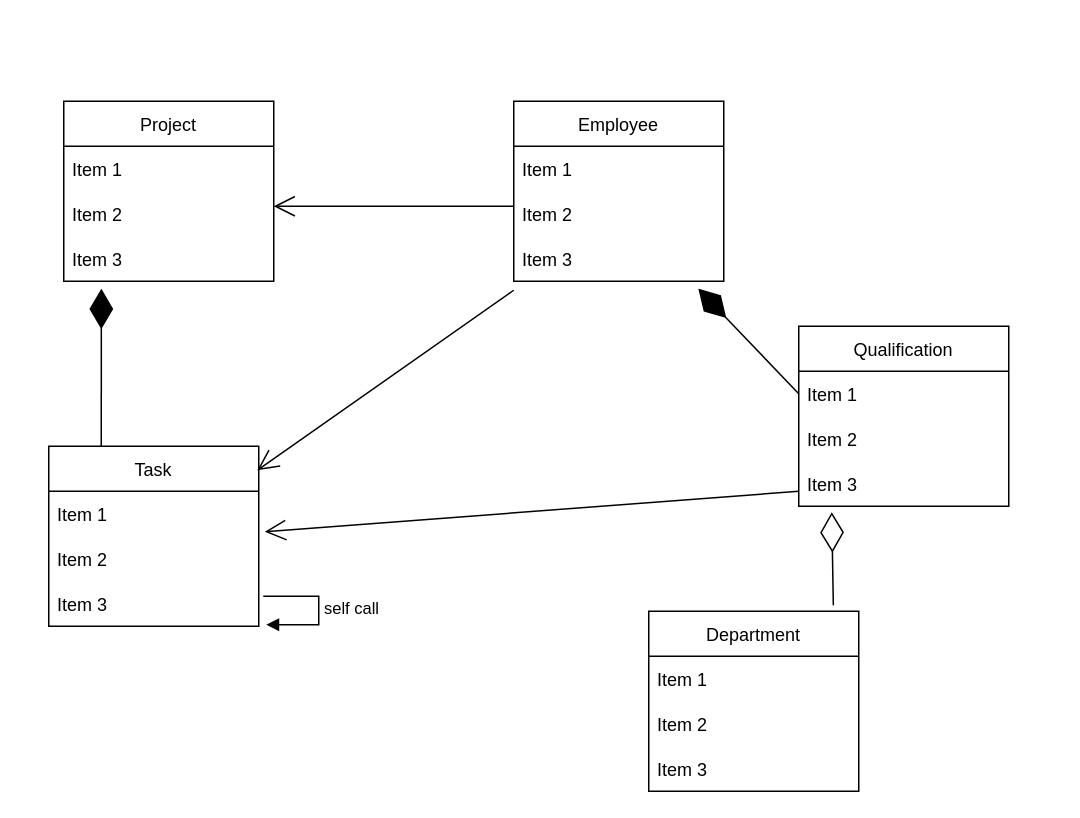
This is Employees Exercise.drawio from Ayah1510/DataModellingExercise, a draw.io file, before an edit. Source tidied: cells renumbered, new cells numbered last; positions are measured from the earlier drawing's top-left corner, leaving out a move shared by most shapes. Both pictures are drawn from the tidied source at 150%, with x=0, y=0 at pixel (48, 100).
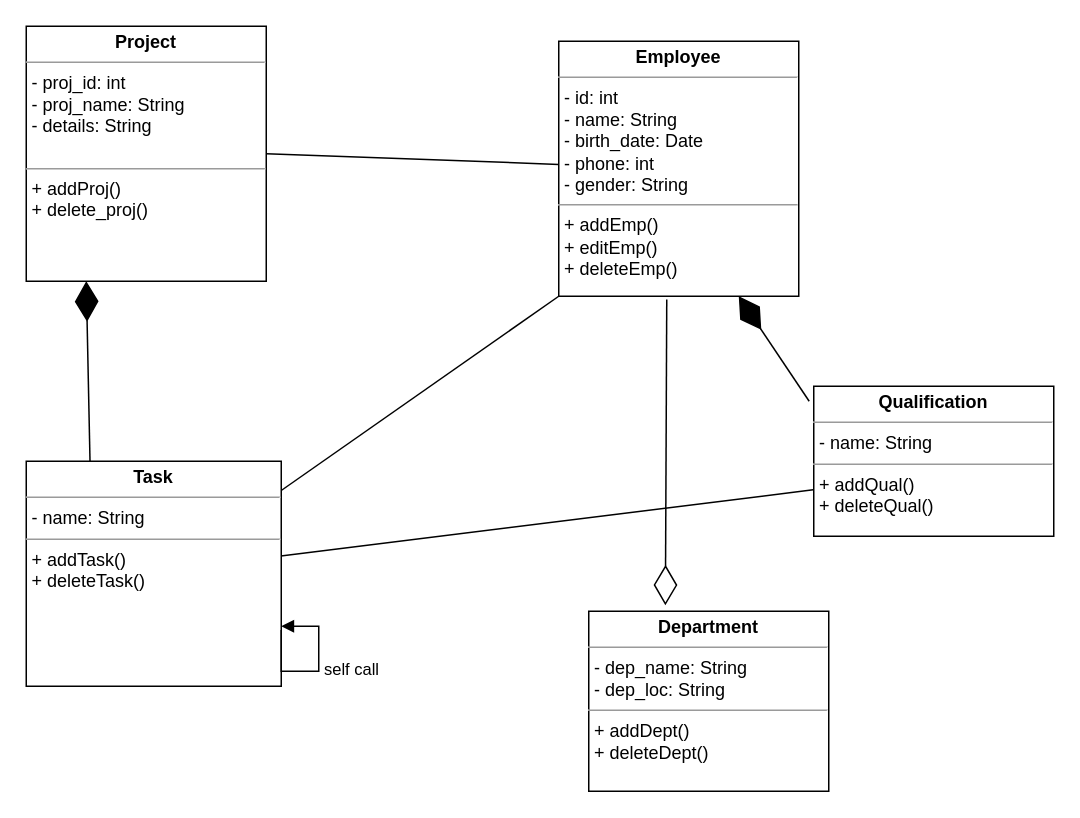
The same diagram, later.

Diff of the diagram source:
```diff
@@
-    <mxCell id="2" value="Project" style="swimlane;fontStyle=0;horizontal=1;startSize=30;" parent="1" vertex="1">
-      <mxGeometry x="10" width="140" height="120" as="geometry" />
-    </mxCell>
-    <mxCell id="3" value="Item 1" style="text;strokeColor=none;fillColor=none;align=left;verticalAlign=middle;spacingLeft=4;spacingRight=4;overflow=hidden;" parent="2" vertex="1">
-      <mxGeometry y="30" width="140" height="30" as="geometry" />
-    </mxCell>
-    <mxCell id="4" value="Item 2" style="text;strokeColor=none;fillColor=none;align=left;verticalAlign=middle;spacingLeft=4;spacingRight=4;overflow=hidden;" parent="2" vertex="1">
-      <mxGeometry y="60" width="140" height="30" as="geometry" />
-    </mxCell>
-    <mxCell id="5" value="Item 3" style="text;strokeColor=none;fillColor=none;align=left;verticalAlign=middle;spacingLeft=4;spacingRight=4;overflow=hidden;points=[[0,0.5],[1,0.5]];portConstraint=eastwest;" parent="2" vertex="1">
-      <mxGeometry y="90" width="140" height="30" as="geometry" />
-    </mxCell>
-    <mxCell id="6" value="Task" style="swimlane;fontStyle=0;horizontal=1;startSize=30;" parent="1" vertex="1">
-      <mxGeometry y="230" width="140" height="120" as="geometry" />
-    </mxCell>
-    <mxCell id="7" value="Item 1" style="text;strokeColor=none;fillColor=none;align=left;verticalAlign=middle;spacingLeft=4;spacingRight=4;overflow=hidden;" parent="6" vertex="1">
-      <mxGeometry y="30" width="140" height="30" as="geometry" />
-    </mxCell>
-    <mxCell id="8" value="Item 2" style="text;strokeColor=none;fillColor=none;align=left;verticalAlign=middle;spacingLeft=4;spacingRight=4;overflow=hidden;points=[[0,0.5],[1,0.5]];portConstraint=eastwest;" parent="6" vertex="1">
-      <mxGeometry y="60" width="140" height="30" as="geometry" />
-    </mxCell>
-    <mxCell id="9" value="Item 3" style="text;strokeColor=none;fillColor=none;align=left;verticalAlign=middle;spacingLeft=4;spacingRight=4;overflow=hidden;points=[[0,0.5],[1,0.5]];portConstraint=eastwest;" parent="6" vertex="1">
-      <mxGeometry y="90" width="140" height="30" as="geometry" />
-    </mxCell>
+    <mxCell id="23" style="endArrow=diamondThin;endFill=1;endSize=24;html=1;rounded=0;entryX=0.25;entryY=1;entryDx=0;entryDy=0;exitX=0.25;exitY=0;exitDx=0;exitDy=0;" parent="1" edge="1" source="35" target="34">
+      <mxGeometry relative="1" as="geometry" />
+    </mxCell>
+    <mxCell id="26" style="endArrow=diamondThin;endFill=1;endSize=24;html=1;rounded=0;entryX=0.75;entryY=1;entryDx=0;entryDy=0;exitX=-0.019;exitY=0.1;exitDx=0;exitDy=0;exitPerimeter=0;" parent="1" edge="1" source="37" target="33">
+      <mxGeometry relative="1" as="geometry" />
+    </mxCell>
+    <mxCell id="29" style="endArrow=none;html=1;rounded=0;exitX=1;exitY=0.5;exitDx=0;exitDy=0;" parent="1" edge="1" source="34" target="33">
+      <mxGeometry relative="1" as="geometry" />
+    </mxCell>
+    <mxCell id="30" style="endArrow=none;html=1;rounded=0;entryX=0;entryY=1;entryDx=0;entryDy=0;" parent="1" edge="1" target="33">
+      <mxGeometry relative="1" as="geometry">
+        <mxPoint x="140" y="270" as="sourcePoint" />
+      </mxGeometry>
+    </mxCell>
+    <mxCell id="31" style="endArrow=none;html=1;rounded=0;exitX=1;exitY=0.5;exitDx=0;exitDy=0;entryX=0.006;entryY=0.689;entryDx=0;entryDy=0;entryPerimeter=0;" parent="1" edge="1" target="37">
+      <mxGeometry relative="1" as="geometry">
+        <mxPoint x="140" y="305" as="sourcePoint" />
+      </mxGeometry>
+    </mxCell>
+    <mxCell id="32" style="endArrow=diamondThin;endFill=0;endSize=24;html=1;rounded=0;entryX=0.079;entryY=-0.033;entryDx=0;entryDy=0;entryPerimeter=0;exitX=0.45;exitY=1.013;exitDx=0;exitDy=0;exitPerimeter=0;" parent="1" edge="1" source="33">
+      <mxGeometry relative="1" as="geometry">
+        <mxPoint x="411.1" y="336" as="targetPoint" />
+      </mxGeometry>
+    </mxCell>
+    <mxCell id="33" value="&lt;p style=&quot;margin:0px;margin-top:4px;text-align:center;&quot;&gt;&lt;b&gt;Employee&lt;/b&gt;&lt;/p&gt;&lt;hr size=&quot;1&quot;&gt;&lt;p style=&quot;margin:0px;margin-left:4px;&quot;&gt;- id: int&lt;/p&gt;&lt;p style=&quot;margin:0px;margin-left:4px;&quot;&gt;- name: String&lt;/p&gt;&lt;p style=&quot;margin:0px;margin-left:4px;&quot;&gt;- birth_date: Date&lt;/p&gt;&lt;p style=&quot;margin:0px;margin-left:4px;&quot;&gt;- phone: int&lt;/p&gt;&lt;p style=&quot;margin:0px;margin-left:4px;&quot;&gt;- gender: String&lt;/p&gt;&lt;hr size=&quot;1&quot;&gt;&lt;p style=&quot;margin:0px;margin-left:4px;&quot;&gt;+ addEmp()&lt;/p&gt;&lt;p style=&quot;margin:0px;margin-left:4px;&quot;&gt;+ editEmp()&lt;/p&gt;&lt;p style=&quot;margin:0px;margin-left:4px;&quot;&gt;+ deleteEmp()&lt;/p&gt;&lt;p style=&quot;margin:0px;margin-left:4px;&quot;&gt;&lt;br&gt;&lt;/p&gt;" style="verticalAlign=top;align=left;overflow=fill;fontSize=12;fontFamily=Helvetica;html=1;" parent="1" vertex="1">
+      <mxGeometry x="340" y="-40" width="160" height="170" as="geometry" />
+    </mxCell>
+    <mxCell id="34" value="&lt;p style=&quot;margin:0px;margin-top:4px;text-align:center;&quot;&gt;&lt;b&gt;Project&lt;/b&gt;&lt;/p&gt;&lt;hr size=&quot;1&quot;&gt;&lt;p style=&quot;margin:0px;margin-left:4px;&quot;&gt;- proj_id: int&lt;/p&gt;&lt;p style=&quot;margin:0px;margin-left:4px;&quot;&gt;- proj_name: String&lt;/p&gt;&lt;p style=&quot;margin:0px;margin-left:4px;&quot;&gt;- details: String&lt;/p&gt;&lt;p style=&quot;margin:0px;margin-left:4px;&quot;&gt;&lt;br&gt;&lt;/p&gt;&lt;hr size=&quot;1&quot;&gt;&lt;p style=&quot;margin:0px;margin-left:4px;&quot;&gt;+ addProj()&lt;/p&gt;&lt;p style=&quot;margin:0px;margin-left:4px;&quot;&gt;+ delete_proj()&lt;/p&gt;" style="verticalAlign=top;align=left;overflow=fill;fontSize=12;fontFamily=Helvetica;html=1;" parent="1" vertex="1">
+      <mxGeometry x="-15" y="-50" width="160" height="170" as="geometry" />
+    </mxCell>
+    <mxCell id="35" value="&lt;p style=&quot;margin:0px;margin-top:4px;text-align:center;&quot;&gt;&lt;b&gt;Task&lt;/b&gt;&lt;/p&gt;&lt;hr size=&quot;1&quot;&gt;&lt;p style=&quot;margin:0px;margin-left:4px;&quot;&gt;- name: String&lt;/p&gt;&lt;hr size=&quot;1&quot;&gt;&lt;p style=&quot;margin:0px;margin-left:4px;&quot;&gt;+ addTask()&lt;/p&gt;&lt;p style=&quot;margin:0px;margin-left:4px;&quot;&gt;+ deleteTask()&lt;/p&gt;" style="verticalAlign=top;align=left;overflow=fill;fontSize=12;fontFamily=Helvetica;html=1;" parent="1" vertex="1">
+      <mxGeometry x="-15" y="240" width="170" height="150" as="geometry" />
+    </mxCell>
-    <mxCell id="10" value="self call" style="edgeStyle=orthogonalEdgeStyle;html=1;align=left;spacingLeft=2;endArrow=block;rounded=0;entryX=1.036;entryY=0.967;entryDx=0;entryDy=0;entryPerimeter=0;" parent="6" edge="1" target="9">
+    <mxCell id="10" value="self call" style="edgeStyle=orthogonalEdgeStyle;html=1;align=left;spacingLeft=2;endArrow=block;rounded=0;exitX=1;exitY=0.75;exitDx=0;exitDy=0;" parent="1" edge="1" source="35" target="35">
       <mxGeometry relative="1" as="geometry">
-        <mxPoint x="143" y="100" as="sourcePoint" />
         <Array as="points">
-          <mxPoint x="180" y="100" />
-          <mxPoint x="180" y="119" />
+          <mxPoint x="155" y="380" />
+          <mxPoint x="180" y="380" />
+          <mxPoint x="180" y="350" />
         </Array>
       </mxGeometry>
     </mxCell>
-    <mxCell id="11" value="Employee" style="swimlane;fontStyle=0;horizontal=1;startSize=30;" parent="1" vertex="1">
-      <mxGeometry x="310" width="140" height="120" as="geometry" />
-    </mxCell>
-    <mxCell id="12" value="Item 1" style="text;strokeColor=none;fillColor=none;align=left;verticalAlign=middle;spacingLeft=4;spacingRight=4;overflow=hidden;" parent="11" vertex="1">
-      <mxGeometry y="30" width="140" height="30" as="geometry" />
-    </mxCell>
-    <mxCell id="13" value="Item 2" style="text;strokeColor=none;fillColor=none;align=left;verticalAlign=middle;spacingLeft=4;spacingRight=4;overflow=hidden;" parent="11" vertex="1">
-      <mxGeometry y="60" width="140" height="30" as="geometry" />
-    </mxCell>
-    <mxCell id="14" value="Item 3" style="text;strokeColor=none;fillColor=none;align=left;verticalAlign=middle;spacingLeft=4;spacingRight=4;overflow=hidden;points=[[0,0.5],[1,0.5]];portConstraint=eastwest;" parent="11" vertex="1">
-      <mxGeometry y="90" width="140" height="30" as="geometry" />
-    </mxCell>
-    <mxCell id="15" value="Department" style="swimlane;fontStyle=0;horizontal=1;startSize=30;" parent="1" vertex="1">
-      <mxGeometry x="400" y="340" width="140" height="120" as="geometry" />
-    </mxCell>
-    <mxCell id="16" value="Item 1" style="text;strokeColor=none;fillColor=none;align=left;verticalAlign=middle;spacingLeft=4;spacingRight=4;overflow=hidden;" parent="15" vertex="1">
-      <mxGeometry y="30" width="140" height="30" as="geometry" />
-    </mxCell>
-    <mxCell id="17" value="Item 2" style="text;strokeColor=none;fillColor=none;align=left;verticalAlign=middle;spacingLeft=4;spacingRight=4;overflow=hidden;" parent="15" vertex="1">
-      <mxGeometry y="60" width="140" height="30" as="geometry" />
-    </mxCell>
-    <mxCell id="18" value="Item 3" style="text;strokeColor=none;fillColor=none;align=left;verticalAlign=middle;spacingLeft=4;spacingRight=4;overflow=hidden;" parent="15" vertex="1">
-      <mxGeometry y="90" width="140" height="30" as="geometry" />
-    </mxCell>
-    <mxCell id="19" value="Qualification" style="swimlane;fontStyle=0;horizontal=1;startSize=30;" parent="1" vertex="1">
-      <mxGeometry x="500" y="150" width="140" height="120" as="geometry" />
-    </mxCell>
-    <mxCell id="20" value="Item 1" style="text;strokeColor=none;fillColor=none;align=left;verticalAlign=middle;spacingLeft=4;spacingRight=4;overflow=hidden;points=[[0,0.5],[1,0.5]];portConstraint=eastwest;" parent="19" vertex="1">
-      <mxGeometry y="30" width="140" height="30" as="geometry" />
-    </mxCell>
-    <mxCell id="21" value="Item 2" style="text;strokeColor=none;fillColor=none;align=left;verticalAlign=middle;spacingLeft=4;spacingRight=4;overflow=hidden;" parent="19" vertex="1">
-      <mxGeometry y="60" width="140" height="30" as="geometry" />
-    </mxCell>
-    <mxCell id="22" value="Item 3" style="text;strokeColor=none;fillColor=none;align=left;verticalAlign=middle;spacingLeft=4;spacingRight=4;overflow=hidden;points=[[0,0.5],[1,0.5]];portConstraint=eastwest;" parent="19" vertex="1">
-      <mxGeometry y="90" width="140" height="30" as="geometry" />
-    </mxCell>
-    <mxCell id="23" style="endArrow=diamondThin;endFill=1;endSize=24;html=1;rounded=0;entryX=0.179;entryY=1.167;entryDx=0;entryDy=0;entryPerimeter=0;exitX=0.25;exitY=0;exitDx=0;exitDy=0;" parent="1" edge="1" source="6" target="5">
-      <mxGeometry relative="1" as="geometry" />
-    </mxCell>
-    <mxCell id="24" style="endArrow=open;endFill=1;endSize=12;html=1;rounded=0;" parent="1" edge="1">
-      <mxGeometry relative="1" as="geometry">
-        <mxPoint x="310" y="70" as="sourcePoint" />
-        <mxPoint x="150" y="70" as="targetPoint" />
-      </mxGeometry>
-    </mxCell>
-    <mxCell id="25" style="endArrow=open;endFill=1;endSize=12;html=1;rounded=0;exitX=0;exitY=1.2;exitDx=0;exitDy=0;exitPerimeter=0;entryX=0.993;entryY=0.133;entryDx=0;entryDy=0;entryPerimeter=0;" parent="1" edge="1" source="14" target="6">
-      <mxGeometry relative="1" as="geometry" />
-    </mxCell>
-    <mxCell id="26" style="endArrow=diamondThin;endFill=1;endSize=24;html=1;rounded=0;entryX=0.879;entryY=1.167;entryDx=0;entryDy=0;entryPerimeter=0;exitX=0;exitY=0.5;exitDx=0;exitDy=0;" parent="1" edge="1" source="20" target="14">
-      <mxGeometry relative="1" as="geometry" />
-    </mxCell>
-    <mxCell id="27" style="endArrow=open;endFill=1;endSize=12;html=1;rounded=0;entryX=1.029;entryY=-0.1;entryDx=0;entryDy=0;entryPerimeter=0;" parent="1" edge="1" target="8">
-      <mxGeometry relative="1" as="geometry">
-        <mxPoint x="500" y="260" as="sourcePoint" />
-      </mxGeometry>
-    </mxCell>
-    <mxCell id="28" style="endArrow=diamondThin;endFill=0;endSize=24;html=1;rounded=0;exitX=0.879;exitY=-0.033;exitDx=0;exitDy=0;exitPerimeter=0;entryX=0.157;entryY=1.133;entryDx=0;entryDy=0;entryPerimeter=0;" parent="1" edge="1" source="15" target="22">
-      <mxGeometry relative="1" as="geometry" />
-    </mxCell>
+    <mxCell id="36" value="&lt;p style=&quot;margin:0px;margin-top:4px;text-align:center;&quot;&gt;&lt;b&gt;Department&lt;/b&gt;&lt;/p&gt;&lt;hr size=&quot;1&quot;&gt;&lt;p style=&quot;margin:0px;margin-left:4px;&quot;&gt;- dep_name: String&lt;/p&gt;&lt;p style=&quot;margin:0px;margin-left:4px;&quot;&gt;- dep_loc: String&lt;/p&gt;&lt;hr size=&quot;1&quot;&gt;&lt;p style=&quot;margin:0px;margin-left:4px;&quot;&gt;+ addDept()&lt;/p&gt;&lt;p style=&quot;margin:0px;margin-left:4px;&quot;&gt;+ deleteDept()&lt;/p&gt;" style="verticalAlign=top;align=left;overflow=fill;fontSize=12;fontFamily=Helvetica;html=1;" parent="1" vertex="1">
+      <mxGeometry x="360" y="340" width="160" height="120" as="geometry" />
+    </mxCell>
+    <mxCell id="37" value="&lt;p style=&quot;margin:0px;margin-top:4px;text-align:center;&quot;&gt;&lt;b&gt;Qualification&lt;/b&gt;&lt;/p&gt;&lt;hr size=&quot;1&quot;&gt;&lt;p style=&quot;margin:0px;margin-left:4px;&quot;&gt;- name: String&lt;/p&gt;&lt;hr size=&quot;1&quot;&gt;&lt;p style=&quot;margin:0px;margin-left:4px;&quot;&gt;+ addQual()&lt;/p&gt;&lt;p style=&quot;margin:0px;margin-left:4px;&quot;&gt;+ deleteQual()&lt;/p&gt;" style="verticalAlign=top;align=left;overflow=fill;fontSize=12;fontFamily=Helvetica;html=1;" parent="1" vertex="1">
+      <mxGeometry x="510" y="190" width="160" height="100" as="geometry" />
+    </mxCell>
```
